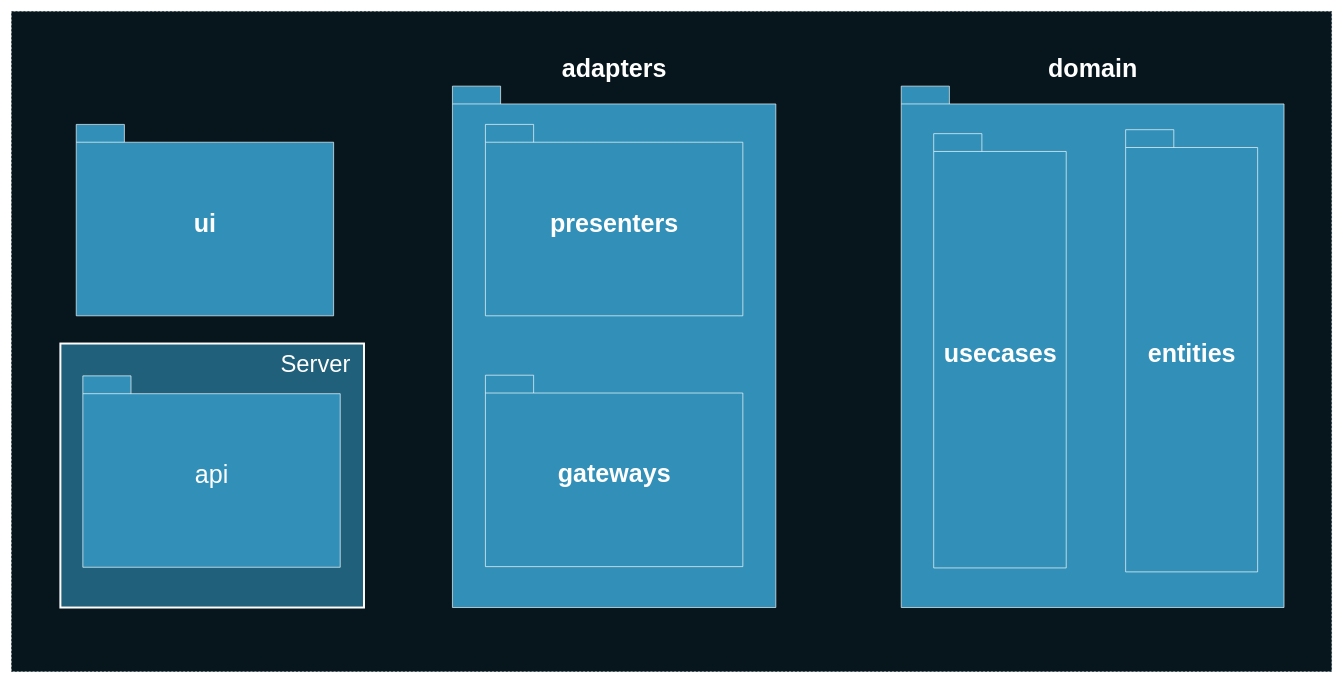
Earlier version of the draw.io diagram deck/ru/diagrams/packages.drawio (AlexanderLapygin/ca-react-rest-api-starter). Source tidied: cells renumbered, new cells numbered last; positions are measured from the earlier drawing's top-left corner, leaving out a move shared by most shapes. Both pictures are drawn from the tidied source at 66%, with x=0, y=0 at pixel (11, 11).
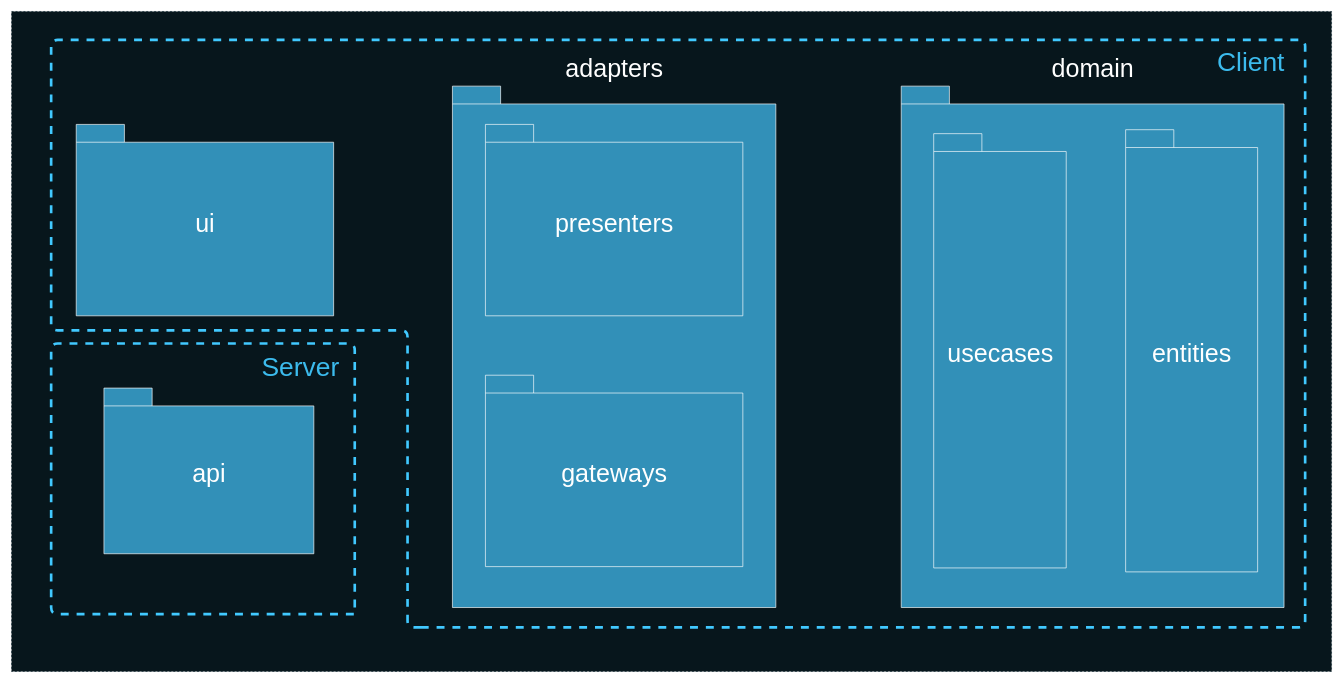
After the change.

Unchanged cells that the change refers to:
```xml
<mxCell id="4" style="group;" parent="1" vertex="1">
  <mxGeometry x="668" y="113" width="490" height="790" as="geometry" />
</mxCell>
<mxCell id="8" style="group;" parent="1" vertex="1">
  <mxGeometry x="1348" y="113" width="580" height="790" as="geometry" />
</mxCell>
```

Change to the diagram source:
```diff
@@
-    <mxCell id="3" value="&lt;font color=&quot;#ffffff&quot; style=&quot;font-size: 38px&quot;&gt;ui&lt;/font&gt;" style="shape=folder;fontStyle=1;spacingTop=10;tabWidth=73;tabHeight=27;tabPosition=left;html=1;strokeColor=#FFFFFF;fillColor=#3290B8;" parent="1" vertex="1">
+    <mxCell id="3" value="&lt;font color=&quot;#ffffff&quot; style=&quot;font-size: 38px&quot;&gt;ui&lt;/font&gt;" style="shape=folder;fontStyle=0;spacingTop=10;tabWidth=73;tabHeight=27;tabPosition=left;html=1;strokeColor=#FFFFFF;fillColor=#3290B8;" parent="1" vertex="1">
       <mxGeometry x="98" y="171" width="390" height="290" as="geometry" />
     </mxCell>
@@
-    <mxCell id="5" value="&lt;font color=&quot;#ffffff&quot; style=&quot;font-size: 38px&quot;&gt;adapters&lt;/font&gt;" style="shape=folder;fontStyle=1;spacingTop=10;tabWidth=73;tabHeight=27;tabPosition=left;html=1;strokeColor=#FFFFFF;fillColor=#3290B8;labelPosition=center;verticalLabelPosition=top;align=center;verticalAlign=bottom;" parent="4" vertex="1">
+    <mxCell id="5" value="&lt;font color=&quot;#ffffff&quot; style=&quot;font-size: 38px&quot;&gt;adapters&lt;/font&gt;" style="shape=folder;fontStyle=0;spacingTop=10;tabWidth=73;tabHeight=27;tabPosition=left;html=1;strokeColor=#FFFFFF;fillColor=#3290B8;labelPosition=center;verticalLabelPosition=top;align=center;verticalAlign=bottom;" parent="4" vertex="1">
       <mxGeometry width="490" height="790" as="geometry" />
     </mxCell>
-    <mxCell id="6" value="&lt;font color=&quot;#ffffff&quot; style=&quot;font-size: 38px&quot;&gt;presenters&lt;/font&gt;" style="shape=folder;fontStyle=1;spacingTop=10;tabWidth=73;tabHeight=27;tabPosition=left;html=1;strokeColor=#FFFFFF;fillColor=#3290B8;" parent="4" vertex="1">
+    <mxCell id="6" value="&lt;font color=&quot;#ffffff&quot; style=&quot;font-size: 38px&quot;&gt;presenters&lt;/font&gt;" style="shape=folder;fontStyle=0;spacingTop=10;tabWidth=73;tabHeight=27;tabPosition=left;html=1;strokeColor=#FFFFFF;fillColor=#3290B8;" parent="4" vertex="1">
       <mxGeometry x="50" y="58" width="390" height="290" as="geometry" />
     </mxCell>
-    <mxCell id="7" value="&lt;font color=&quot;#ffffff&quot; style=&quot;font-size: 38px&quot;&gt;gateways&lt;/font&gt;" style="shape=folder;fontStyle=1;spacingTop=10;tabWidth=73;tabHeight=27;tabPosition=left;html=1;strokeColor=#FFFFFF;fillColor=#3290B8;" parent="4" vertex="1">
+    <mxCell id="7" value="&lt;font color=&quot;#ffffff&quot; style=&quot;font-size: 38px&quot;&gt;gateways&lt;/font&gt;" style="shape=folder;fontStyle=0;spacingTop=10;tabWidth=73;tabHeight=27;tabPosition=left;html=1;strokeColor=#FFFFFF;fillColor=#3290B8;" parent="4" vertex="1">
       <mxGeometry x="50" y="438" width="390" height="290" as="geometry" />
     </mxCell>
@@
-    <mxCell id="9" value="&lt;font color=&quot;#ffffff&quot; style=&quot;font-size: 38px&quot;&gt;domain&lt;/font&gt;" style="shape=folder;fontStyle=1;spacingTop=10;tabWidth=73;tabHeight=27;tabPosition=left;html=1;strokeColor=#FFFFFF;fillColor=#3290B8;labelPosition=center;verticalLabelPosition=top;align=center;verticalAlign=bottom;" parent="8" vertex="1">
+    <mxCell id="9" value="&lt;font color=&quot;#ffffff&quot; style=&quot;font-size: 38px&quot;&gt;domain&lt;/font&gt;" style="shape=folder;fontStyle=0;spacingTop=10;tabWidth=73;tabHeight=27;tabPosition=left;html=1;strokeColor=#FFFFFF;fillColor=#3290B8;labelPosition=center;verticalLabelPosition=top;align=center;verticalAlign=bottom;" parent="8" vertex="1">
       <mxGeometry width="580" height="790" as="geometry" />
     </mxCell>
-    <mxCell id="10" value="&lt;font color=&quot;#ffffff&quot; style=&quot;font-size: 38px&quot;&gt;entities&lt;/font&gt;" style="shape=folder;fontStyle=1;spacingTop=10;tabWidth=73;tabHeight=27;tabPosition=left;html=1;strokeColor=#FFFFFF;fillColor=#3290B8;" parent="8" vertex="1">
+    <mxCell id="10" value="&lt;font color=&quot;#ffffff&quot; style=&quot;font-size: 38px&quot;&gt;entities&lt;/font&gt;" style="shape=folder;fontStyle=0;spacingTop=10;tabWidth=73;tabHeight=27;tabPosition=left;html=1;strokeColor=#FFFFFF;fillColor=#3290B8;" parent="8" vertex="1">
       <mxGeometry x="340" y="66" width="200" height="670" as="geometry" />
     </mxCell>
-    <mxCell id="11" value="&lt;font color=&quot;#ffffff&quot; style=&quot;font-size: 38px&quot;&gt;usecases&lt;/font&gt;" style="shape=folder;fontStyle=1;spacingTop=10;tabWidth=73;tabHeight=27;tabPosition=left;html=1;strokeColor=#FFFFFF;fillColor=#3290B8;" parent="8" vertex="1">
+    <mxCell id="11" value="&lt;font color=&quot;#ffffff&quot; style=&quot;font-size: 38px&quot;&gt;usecases&lt;/font&gt;" style="shape=folder;fontStyle=0;spacingTop=10;tabWidth=73;tabHeight=27;tabPosition=left;html=1;strokeColor=#FFFFFF;fillColor=#3290B8;" parent="8" vertex="1">
       <mxGeometry x="49.2" y="72" width="200.8" height="658" as="geometry" />
     </mxCell>
-    <mxCell id="12" style="group;" parent="1" vertex="1">
-      <mxGeometry x="74" y="503" width="460" height="400" as="geometry" />
-    </mxCell>
-    <mxCell id="13" style="rounded=0;whiteSpace=wrap;html=1;strokeColor=#FFFFFF;strokeWidth=3;fillColor=#21607A;fontSize=23;fontColor=#FFFFFF;" parent="12" vertex="1">
-      <mxGeometry width="460" height="400" as="geometry" />
-    </mxCell>
+    <mxCell id="16" style="group;" parent="1" vertex="1">
+      <mxGeometry x="50" y="43" width="1934" height="890" as="geometry" />
+    </mxCell>
+    <mxCell id="17" style="group;" parent="16" vertex="1">
+      <mxGeometry x="10" width="1924" height="890" as="geometry" />
+    </mxCell>
+    <mxCell id="18" style="edgeStyle=segmentEdgeStyle;endArrow=none;html=1;strokeColor=#41C9FF;strokeWidth=4;endFill=0;dashed=1;" parent="17" edge="1">
+      <mxGeometry relative="1" as="geometry">
+        <mxPoint x="560" y="890" as="sourcePoint" />
+        <mxPoint x="560" y="890" as="targetPoint" />
+        <Array as="points">
+          <mxPoint x="1900" y="890" />
+          <mxPoint x="1900" />
+          <mxPoint />
+          <mxPoint y="440" />
+          <mxPoint x="540" y="440" />
+          <mxPoint x="540" y="890" />
+        </Array>
+      </mxGeometry>
+    </mxCell>
+    <mxCell id="19" value="Client" style="text;html=1;strokeColor=none;fillColor=none;align=center;verticalAlign=middle;whiteSpace=wrap;rounded=0;fontColor=#3CBBED;fontSize=40;" parent="17" vertex="1">
+      <mxGeometry x="1712" y="3" width="212" height="60" as="geometry" />
+    </mxCell>
+    <mxCell id="20" style="group;" parent="1" vertex="1">
+      <mxGeometry x="60" y="503" width="484" height="410" as="geometry" />
+    </mxCell>
-    <mxCell id="14" value="&lt;font color=&quot;#ffffff&quot; style=&quot;font-size: 38px ; font-weight: normal&quot;&gt;api&lt;/font&gt;" style="shape=folder;fontStyle=1;spacingTop=10;tabWidth=73;tabHeight=27;tabPosition=left;html=1;strokeColor=#FFFFFF;fillColor=#3290B8;" parent="12" vertex="1">
-      <mxGeometry x="34" y="49" width="390" height="290" as="geometry" />
+    <mxCell id="14" value="&lt;font color=&quot;#ffffff&quot; style=&quot;font-size: 38px;&quot;&gt;api&lt;/font&gt;" style="shape=folder;fontStyle=0;spacingTop=10;tabWidth=73;tabHeight=27;tabPosition=left;html=1;strokeColor=#FFFFFF;fillColor=#3290B8;" parent="20" vertex="1">
+      <mxGeometry x="80" y="67.5" width="318" height="251" as="geometry" />
     </mxCell>
+    <mxCell id="21" style="group;" parent="20" vertex="1">
+      <mxGeometry width="484" height="410" as="geometry" />
+    </mxCell>
+    <mxCell id="22" style="edgeStyle=segmentEdgeStyle;endArrow=none;html=1;strokeColor=#41C9FF;strokeWidth=4;endFill=0;dashed=1;" parent="21" edge="1">
+      <mxGeometry relative="1" as="geometry">
+        <mxPoint x="460" y="400" as="sourcePoint" />
+        <mxPoint x="460" y="410" as="targetPoint" />
+        <Array as="points">
+          <mxPoint x="460" />
+          <mxPoint />
+          <mxPoint y="410" />
+          <mxPoint x="460" y="410" />
+        </Array>
+      </mxGeometry>
+    </mxCell>
-    <mxCell id="15" value="Server" style="text;html=1;strokeColor=none;fillColor=none;align=center;verticalAlign=middle;whiteSpace=wrap;rounded=0;fontSize=36;fontColor=#FFFFFF;fontStyle=0;" parent="12" vertex="1">
-      <mxGeometry x="327" y="21" width="120" height="20" as="geometry" />
+    <mxCell id="15" value="Server" style="text;html=1;strokeColor=none;fillColor=none;align=center;verticalAlign=middle;whiteSpace=wrap;rounded=0;fontColor=#3CBBED;fontSize=40;" parent="21" vertex="1">
+      <mxGeometry x="272" y="4.5" width="212" height="60" as="geometry" />
     </mxCell>
```
